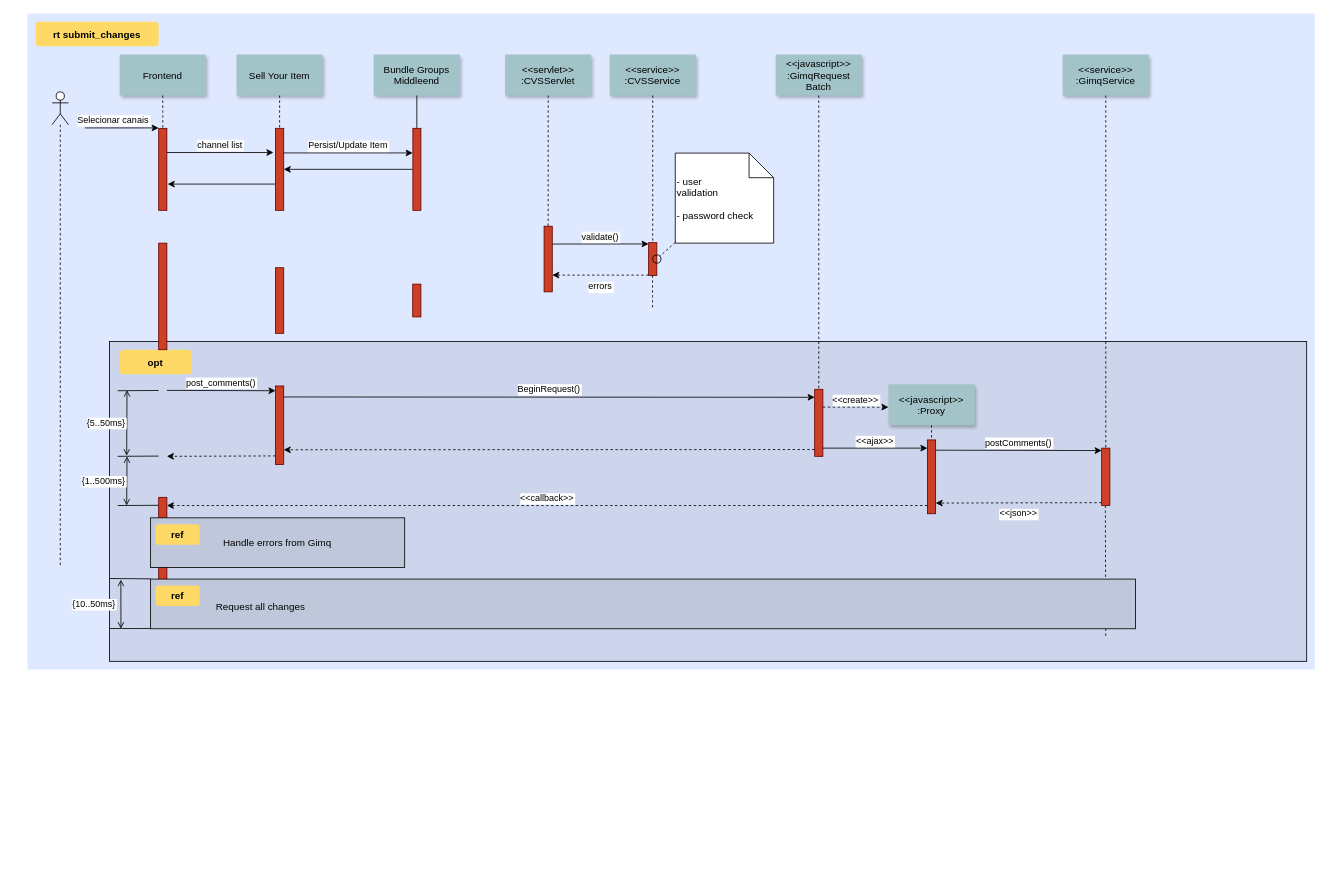
duducordeiro/draw keeps this draw.io diagram as pasta/Diagrama sem nome.drawio. Above is the earlier version. Source tidied: cells renumbered, new cells numbered last; positions are measured from the earlier drawing's top-left corner, leaving out a move shared by most shapes. Both pictures are drawn from the tidied source at 82%, with x=0, y=0 at pixel (27, 13).
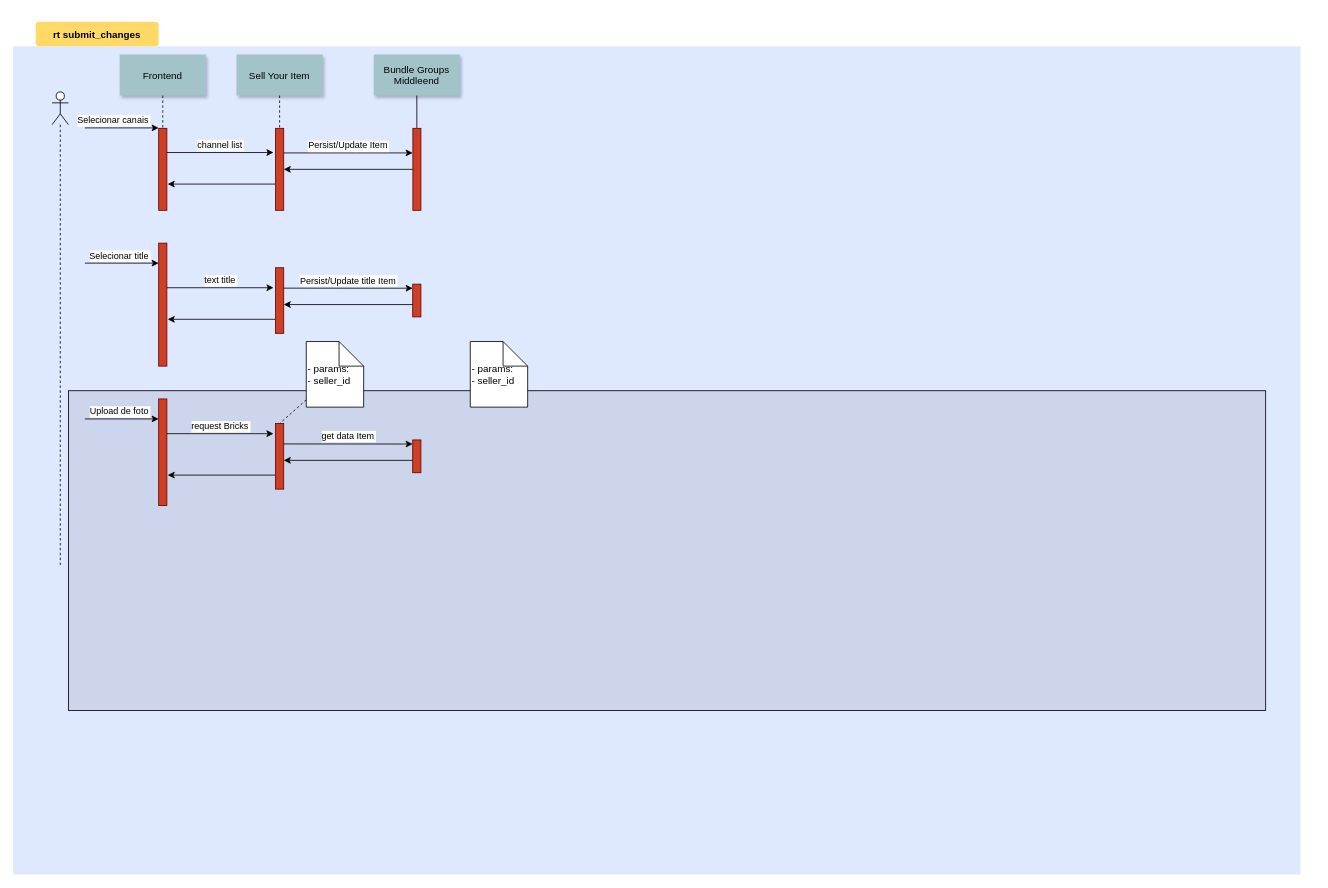
The same diagram, later.

The edit, as a diff of the source:
```diff
@@
     <mxCell id="2" style="fillColor=#DEE8FF;strokeColor=none;" parent="1" vertex="1">
-      <mxGeometry width="1570" height="800" as="geometry" />
+      <mxGeometry x="-17.5" y="40" width="1570" height="1010" as="geometry" />
     </mxCell>
     <mxCell id="3" style="fillColor=#CCD5EB;" parent="1" vertex="1">
-      <mxGeometry x="100" y="400" width="1460" height="390" as="geometry" />
+      <mxGeometry x="50" y="460" width="1460" height="390" as="geometry" />
     </mxCell>
-    <mxCell id="4" style="edgeStyle=elbowEdgeStyle;elbow=horizontal;endArrow=none;dashed=1;" parent="1" edge="1">
-      <mxGeometry x="1460" y="437.9" as="geometry">
-        <mxPoint x="1314.5" y="600" as="sourcePoint" />
-        <mxPoint x="1314.5" y="760" as="targetPoint" />
-      </mxGeometry>
-    </mxCell>
@@
-    <mxCell id="18" style="fillColor=#CC4125;strokeColor=#660000;" parent="1" vertex="1">
-      <mxGeometry x="630" y="259.4" width="10" height="80" as="geometry" />
-    </mxCell>
-    <mxCell id="19" value="&lt;&lt;servlet&gt;&gt;&#10;:CVSServlet" style="shadow=1;fillColor=#A2C4C9;strokeColor=none;" parent="1" vertex="1">
-      <mxGeometry x="582.5" y="50" width="105" height="50" as="geometry" />
-    </mxCell>
-    <mxCell id="20" style="edgeStyle=none;endArrow=none;dashed=1;" parent="1" edge="1" source="19" target="18">
-      <mxGeometry x="614.5" y="175" as="geometry" />
-    </mxCell>
-    <mxCell id="21" value="&lt;&lt;service&gt;&gt;&#10;:CVSService" style="shadow=1;fillColor=#A2C4C9;strokeColor=none;" parent="1" vertex="1">
-      <mxGeometry x="710" y="50" width="105" height="50" as="geometry" />
-    </mxCell>
-    <mxCell id="22" style="edgeStyle=none;endArrow=none;dashed=1;" parent="1" edge="1" source="21" target="23">
-      <mxGeometry x="727.3" y="165" as="geometry" />
-    </mxCell>
-    <mxCell id="23" style="fillColor=#CC4125;strokeColor=#660000;" parent="1" vertex="1">
-      <mxGeometry x="757.5" y="279.4" width="10" height="40" as="geometry" />
-    </mxCell>
-    <mxCell id="24" value="&lt;&lt;javascript&gt;&gt;&#10;:GimqRequest&#10;Batch" style="shadow=1;fillColor=#A2C4C9;strokeColor=none;" parent="1" vertex="1">
-      <mxGeometry x="912.5" y="50" width="105" height="50" as="geometry" />
-    </mxCell>
@@
-    <mxCell id="26" value="validate()" style="edgeStyle=elbowEdgeStyle;elbow=vertical;verticalLabelPosition=top;verticalAlign=bottom;" parent="1" edge="1">
-      <mxGeometry x="550" y="261.7" as="geometry">
-        <mxPoint x="640" y="281.1" as="sourcePoint" />
-        <mxPoint x="757.5" y="281.1" as="targetPoint" />
-      </mxGeometry>
-    </mxCell>
-    <mxCell id="27" value="errors" style="edgeStyle=elbowEdgeStyle;elbow=vertical;dashed=1;verticalLabelPosition=bottom;verticalAlign=top;" parent="1" edge="1">
-      <mxGeometry x="560" y="309.7" as="geometry">
-        <mxPoint x="757.5" y="319" as="sourcePoint" />
-        <mxPoint x="640" y="319" as="targetPoint" />
-      </mxGeometry>
-    </mxCell>
-    <mxCell id="28" style="edgeStyle=elbowEdgeStyle;elbow=horizontal;endArrow=none;dashed=1;" parent="1" edge="1">
-      <mxGeometry x="932.3" y="240" as="geometry">
-        <mxPoint x="762.3" y="319.4" as="sourcePoint" />
-        <mxPoint x="762.3" y="360" as="targetPoint" />
-        <Array as="points">
-          <mxPoint x="762.3" y="340" />
-        </Array>
-      </mxGeometry>
-    </mxCell>
-    <mxCell id="29" style="ellipse;fillColor=none;" parent="1" vertex="1">
-      <mxGeometry x="762.5" y="294.4" width="10" height="10" as="geometry" />
-    </mxCell>
-    <mxCell id="30" value=" - user&#10; validation&#10;&#10; - password check" style="shape=note;align=left;" parent="1" vertex="1">
-      <mxGeometry x="790" y="170.2" width="120" height="109.8" as="geometry" />
+    <mxCell id="30" value="- params:&#10;- seller_id" style="shape=note;align=left;" parent="1" vertex="1">
+      <mxGeometry x="340" y="400" width="70" height="80" as="geometry" />
     </mxCell>
-    <mxCell id="31" style="edgeStyle=none;endArrow=none;dashed=1;" parent="1" edge="1" source="30" target="29">
+    <mxCell id="31" style="edgeStyle=none;endArrow=none;dashed=1;entryX=0.5;entryY=0;entryDx=0;entryDy=0;" parent="1" edge="1" source="30" target="76">
       <mxGeometry x="1030" y="180" as="geometry" />
     </mxCell>
-    <mxCell id="32" style="fillColor=#CC4125;strokeColor=#660000;" parent="1" vertex="1">
-      <mxGeometry x="302.5" y="454.2" width="10" height="95.8" as="geometry" />
-    </mxCell>
-    <mxCell id="33" style="fillColor=#CC4125;strokeColor=#660000;" parent="1" vertex="1">
-      <mxGeometry x="960" y="458.3" width="10" height="81.7" as="geometry" />
-    </mxCell>
-    <mxCell id="34" style="edgeStyle=none;endArrow=none;dashed=1;" parent="1" edge="1" source="24" target="33">
-      <mxGeometry x="956.6" y="205" as="geometry" />
-    </mxCell>
-    <mxCell id="35" value="post_comments()" style="edgeStyle=elbowEdgeStyle;elbow=vertical;verticalLabelPosition=top;verticalAlign=bottom;" parent="1" edge="1">
-      <mxGeometry x="212.5" y="469.6" as="geometry">
-        <mxPoint x="170" y="459.6" as="sourcePoint" />
-        <mxPoint x="302.5" y="459.6" as="targetPoint" />
-      </mxGeometry>
-    </mxCell>
-    <mxCell id="36" value="BeginRequest()" style="edgeStyle=elbowEdgeStyle;elbow=vertical;verticalLabelPosition=top;verticalAlign=bottom;" parent="1" edge="1">
-      <mxGeometry x="530" y="436.8" as="geometry">
-        <mxPoint x="312.5" y="467.6" as="sourcePoint" />
-        <mxPoint x="960" y="467.6" as="targetPoint" />
-      </mxGeometry>
-    </mxCell>
-    <mxCell id="37" style="edgeStyle=elbowEdgeStyle;elbow=vertical;dashed=1;verticalLabelPosition=bottom;verticalAlign=top;" parent="1" edge="1">
-      <mxGeometry x="530" y="549.1" as="geometry">
-        <mxPoint x="960" y="531.7" as="sourcePoint" />
-        <mxPoint x="312.5" y="531.7" as="targetPoint" />
-      </mxGeometry>
-    </mxCell>
-    <mxCell id="38" value="&lt;&lt;javascript&gt;&gt;&#10;:Proxy" style="shadow=1;fillColor=#A2C4C9;strokeColor=none;" parent="1" vertex="1">
-      <mxGeometry x="1050" y="452.1" width="105" height="50" as="geometry" />
-    </mxCell>
-    <mxCell id="39" style="edgeStyle=none;endArrow=none;dashed=1;" parent="1" edge="1" source="38" target="40">
-      <mxGeometry x="1204.1" y="380.1" as="geometry" />
-    </mxCell>
-    <mxCell id="40" style="fillColor=#CC4125;strokeColor=#660000;" parent="1" vertex="1">
-      <mxGeometry x="1097.5" y="520" width="10" height="90" as="geometry" />
-    </mxCell>
-    <mxCell id="41" style="fillColor=#CC4125;strokeColor=#660000;" parent="1" vertex="1">
-      <mxGeometry x="1310" y="530" width="10" height="70" as="geometry" />
-    </mxCell>
-    <mxCell id="42" value="&lt;&lt;create&gt;&gt;" style="edgeStyle=elbowEdgeStyle;elbow=vertical;verticalLabelPosition=top;verticalAlign=bottom;dashed=1;" parent="1" edge="1" source="33" target="38">
-      <mxGeometry x="901.2" y="322.5" as="geometry" />
-    </mxCell>
-    <mxCell id="43" value="&lt;&lt;ajax&gt;&gt;" style="edgeStyle=elbowEdgeStyle;elbow=vertical;verticalLabelPosition=top;verticalAlign=bottom;" parent="1" edge="1" source="33" target="40">
-      <mxGeometry x="1065" y="359.5" as="geometry" />
-    </mxCell>
-    <mxCell id="44" value="postComments()" style="edgeStyle=elbowEdgeStyle;elbow=vertical;verticalLabelPosition=top;verticalAlign=bottom;" parent="1" edge="1">
-      <mxGeometry x="1225" y="309.5" as="geometry">
-        <mxPoint x="1107.5" y="532.5" as="sourcePoint" />
-        <mxPoint x="1310" y="532.5" as="targetPoint" />
-      </mxGeometry>
-    </mxCell>
-    <mxCell id="45" value="&lt;&lt;json&gt;&gt;" style="edgeStyle=elbowEdgeStyle;elbow=vertical;dashed=1;verticalLabelPosition=bottom;verticalAlign=top;" parent="1" edge="1">
-      <mxGeometry x="1075" y="396" as="geometry">
-        <mxPoint x="1310" y="596.5" as="sourcePoint" />
-        <mxPoint x="1107.5" y="596.5" as="targetPoint" />
-      </mxGeometry>
-    </mxCell>
-    <mxCell id="46" value="&lt;&lt;service&gt;&gt;&#10;:GimqService" style="shadow=1;fillColor=#A2C4C9;strokeColor=none;" parent="1" vertex="1">
-      <mxGeometry x="1262.5" y="50" width="105" height="50" as="geometry" />
-    </mxCell>
-    <mxCell id="47" style="edgeStyle=none;endArrow=none;dashed=1;" parent="1" edge="1" source="46" target="41">
-      <mxGeometry x="1174.1" y="210" as="geometry" />
-    </mxCell>
-    <mxCell id="48" style="fillColor=#CC4125;strokeColor=#660000;" parent="1" vertex="1">
-      <mxGeometry x="160" y="590" width="10" height="130" as="geometry" />
-    </mxCell>
-    <mxCell id="49" style="edgeStyle=elbowEdgeStyle;elbow=vertical;dashed=1;verticalLabelPosition=bottom;verticalAlign=top;" parent="1" edge="1">
-      <mxGeometry x="507.5" y="664.3" as="geometry">
-        <mxPoint x="302.5" y="539.5" as="sourcePoint" />
-        <mxPoint x="170" y="539.5" as="targetPoint" />
-      </mxGeometry>
-    </mxCell>
-    <mxCell id="50" value="&lt;&lt;callback&gt;&gt;" style="edgeStyle=elbowEdgeStyle;elbow=vertical;dashed=1;verticalLabelPosition=bottom;verticalAlign=bottom;" parent="1" edge="1" source="40" target="48">
-      <mxGeometry x="540" y="559.1" as="geometry" />
-    </mxCell>
@@
-    <mxCell id="52" value="opt" style="rounded=1;fontStyle=1;fillColor=#FFD966;strokeColor=none;" parent="1" vertex="1">
-      <mxGeometry x="112.5" y="410" width="87.5" height="30" as="geometry" />
-    </mxCell>
-    <mxCell id="53" value="Handle errors from Gimq" style="fillColor=#BFC8DB;" parent="1" vertex="1">
-      <mxGeometry x="150" y="615" width="310" height="60.6" as="geometry" />
-    </mxCell>
-    <mxCell id="54" value="ref" style="rounded=1;fontStyle=1;fillColor=#FFD966;strokeColor=none;" parent="1" vertex="1">
-      <mxGeometry x="156.2" y="622.9" width="53.8" height="25" as="geometry" />
-    </mxCell>
-    <mxCell id="55" style="align=left;fillColor=#BFC8DB;" parent="1" vertex="1">
-      <mxGeometry x="150" y="689.7" width="1201.2" height="60.6" as="geometry" />
-    </mxCell>
-    <mxCell id="56" value="ref" style="rounded=1;fontStyle=1;fillColor=#FFD966;strokeColor=none;" parent="1" vertex="1">
-      <mxGeometry x="156.2" y="697.6" width="53.8" height="25" as="geometry" />
-    </mxCell>
-    <mxCell id="57" value="Request all changes" style="text;align=left;" parent="1" vertex="1">
-      <mxGeometry x="228.1" y="710.1" width="351.8" height="26" as="geometry" />
-    </mxCell>
-    <mxCell id="58" style="edgeStyle=elbowEdgeStyle;elbow=vertical;endArrow=none;" parent="1" edge="1">
-      <mxGeometry x="60" y="419.7" as="geometry">
-        <mxPoint x="160" y="459.7" as="sourcePoint" />
-        <mxPoint x="110" y="459.7" as="targetPoint" />
-      </mxGeometry>
-    </mxCell>
-    <mxCell id="59" style="edgeStyle=elbowEdgeStyle;elbow=vertical;endArrow=none;" parent="1" edge="1">
-      <mxGeometry x="60" y="499.7" as="geometry">
-        <mxPoint x="160" y="539.7" as="sourcePoint" />
-        <mxPoint x="110" y="539.7" as="targetPoint" />
-      </mxGeometry>
-    </mxCell>
-    <mxCell id="60" style="edgeStyle=elbowEdgeStyle;elbow=vertical;endArrow=none;" parent="1" edge="1">
-      <mxGeometry x="60" y="559.7" as="geometry">
-        <mxPoint x="160" y="599.7" as="sourcePoint" />
-        <mxPoint x="110" y="599.7" as="targetPoint" />
-      </mxGeometry>
-    </mxCell>
-    <mxCell id="61" style="edgeStyle=elbowEdgeStyle;elbow=vertical;endArrow=none;" parent="1" edge="1">
-      <mxGeometry x="50" y="649.4" as="geometry">
-        <mxPoint x="150" y="689.4" as="sourcePoint" />
-        <mxPoint x="100" y="689.4" as="targetPoint" />
-      </mxGeometry>
-    </mxCell>
-    <mxCell id="62" style="edgeStyle=elbowEdgeStyle;elbow=vertical;endArrow=none;" parent="1" edge="1">
-      <mxGeometry x="50" y="710" as="geometry">
-        <mxPoint x="150" y="750" as="sourcePoint" />
-        <mxPoint x="100" y="750" as="targetPoint" />
-      </mxGeometry>
-    </mxCell>
-    <mxCell id="63" value="{5..50ms}" style="edgeStyle=elbowEdgeStyle;elbow=horizontal;startArrow=open;endArrow=open;labelPosition=left;align=right;" parent="1" edge="1">
-      <mxGeometry x="41.4" y="479.2" as="geometry">
-        <mxPoint x="121.4" y="459.2" as="sourcePoint" />
-        <mxPoint x="121.4" y="539.2" as="targetPoint" />
-      </mxGeometry>
-    </mxCell>
-    <mxCell id="64" value="{1..500ms}" style="edgeStyle=elbowEdgeStyle;elbow=horizontal;startArrow=open;endArrow=open;labelPosition=left;align=right;" parent="1" edge="1">
-      <mxGeometry x="42.9" y="560" as="geometry">
-        <mxPoint x="121.4" y="540" as="sourcePoint" />
-        <mxPoint x="121.4" y="600" as="targetPoint" />
-      </mxGeometry>
-    </mxCell>
-    <mxCell id="65" value="{10..50ms}" style="edgeStyle=elbowEdgeStyle;elbow=horizontal;startArrow=open;endArrow=open;labelPosition=left;align=right;" parent="1" edge="1">
-      <mxGeometry as="geometry">
-        <mxPoint x="113.9" y="690.3" as="sourcePoint" />
-        <mxPoint x="113.9" y="750.3" as="targetPoint" />
-        <mxPoint x="-4.2" y="-0.3" as="offset" />
-      </mxGeometry>
-    </mxCell>
@@
     <mxCell id="67" style="fillColor=#CC4125;strokeColor=#660000;" parent="1" vertex="1">
-      <mxGeometry x="160" y="280" width="10" height="130" as="geometry" />
+      <mxGeometry x="160" y="280" width="10" height="150" as="geometry" />
     </mxCell>
@@
+    <mxCell id="70" value="Selecionar title" style="edgeStyle=none;verticalLabelPosition=top;verticalAlign=bottom;labelPosition=left;align=right;" parent="1" edge="1">
+      <mxGeometry y="164.9" as="geometry">
+        <mxPoint x="70" y="304.4" as="sourcePoint" />
+        <mxPoint x="160" y="304.4" as="targetPoint" />
+        <mxPoint x="35" as="offset" />
+      </mxGeometry>
+    </mxCell>
+    <mxCell id="71" style="edgeStyle=orthogonalEdgeStyle;rounded=0;orthogonalLoop=1;jettySize=auto;html=1;entryX=1.1;entryY=0.68;entryDx=0;entryDy=0;exitX=-0.05;exitY=0.68;exitDx=0;exitDy=0;exitPerimeter=0;entryPerimeter=0;" parent="1" edge="1">
+      <mxGeometry relative="1" as="geometry">
+        <mxPoint x="302" y="372.9" as="sourcePoint" />
+        <mxPoint x="171" y="372.9" as="targetPoint" />
+      </mxGeometry>
+    </mxCell>
+    <mxCell id="72" value="text title" style="edgeStyle=none;verticalLabelPosition=top;verticalAlign=bottom;" parent="1" edge="1">
+      <mxGeometry x="220" y="256.9" as="geometry">
+        <mxPoint x="170" y="334.4" as="sourcePoint" />
+        <mxPoint x="300" y="334.4" as="targetPoint" />
+      </mxGeometry>
+    </mxCell>
+    <mxCell id="73" style="edgeStyle=orthogonalEdgeStyle;rounded=0;orthogonalLoop=1;jettySize=auto;html=1;entryX=1;entryY=0.5;entryDx=0;entryDy=0;" parent="1" edge="1">
+      <mxGeometry relative="1" as="geometry">
+        <mxPoint x="470" y="354.9" as="sourcePoint" />
+        <mxPoint x="312.5" y="354.9" as="targetPoint" />
+      </mxGeometry>
+    </mxCell>
+    <mxCell id="74" value="Persist/Update title Item" style="edgeStyle=elbowEdgeStyle;elbow=vertical;verticalLabelPosition=top;verticalAlign=bottom;" parent="1" edge="1">
+      <mxGeometry x="350" y="382.9" as="geometry">
+        <mxPoint x="312.5" y="334.9" as="sourcePoint" />
+        <mxPoint x="469.8" y="334.9" as="targetPoint" />
+      </mxGeometry>
+    </mxCell>
+    <mxCell id="75" style="fillColor=#CC4125;strokeColor=#660000;" parent="1" vertex="1">
+      <mxGeometry x="160" y="470" width="10" height="130" as="geometry" />
+    </mxCell>
+    <mxCell id="76" style="fillColor=#CC4125;strokeColor=#660000;" parent="1" vertex="1">
+      <mxGeometry x="302.5" y="500" width="10" height="80" as="geometry" />
+    </mxCell>
+    <mxCell id="77" style="fillColor=#CC4125;strokeColor=#660000;" parent="1" vertex="1">
+      <mxGeometry x="469.8" y="520" width="10" height="40" as="geometry" />
+    </mxCell>
+    <mxCell id="78" value="Upload de foto" style="edgeStyle=none;verticalLabelPosition=top;verticalAlign=bottom;labelPosition=left;align=right;" parent="1" edge="1">
+      <mxGeometry y="354.9" as="geometry">
+        <mxPoint x="70" y="494.4" as="sourcePoint" />
+        <mxPoint x="160" y="494.4" as="targetPoint" />
+        <mxPoint x="35" as="offset" />
+      </mxGeometry>
+    </mxCell>
+    <mxCell id="79" style="edgeStyle=orthogonalEdgeStyle;rounded=0;orthogonalLoop=1;jettySize=auto;html=1;entryX=1.1;entryY=0.68;entryDx=0;entryDy=0;exitX=-0.05;exitY=0.68;exitDx=0;exitDy=0;exitPerimeter=0;entryPerimeter=0;" parent="1" edge="1">
+      <mxGeometry relative="1" as="geometry">
+        <mxPoint x="302" y="562.9" as="sourcePoint" />
+        <mxPoint x="171" y="562.9" as="targetPoint" />
+      </mxGeometry>
+    </mxCell>
+    <mxCell id="80" value="request Bricks" style="edgeStyle=none;verticalLabelPosition=top;verticalAlign=bottom;" parent="1" edge="1">
+      <mxGeometry x="220" y="434.9" as="geometry">
+        <mxPoint x="170" y="512.4" as="sourcePoint" />
+        <mxPoint x="300" y="512.4" as="targetPoint" />
+      </mxGeometry>
+    </mxCell>
+    <mxCell id="81" style="edgeStyle=orthogonalEdgeStyle;rounded=0;orthogonalLoop=1;jettySize=auto;html=1;entryX=1;entryY=0.5;entryDx=0;entryDy=0;" parent="1" edge="1">
+      <mxGeometry relative="1" as="geometry">
+        <mxPoint x="470" y="544.9" as="sourcePoint" />
+        <mxPoint x="312.5" y="544.9" as="targetPoint" />
+      </mxGeometry>
+    </mxCell>
+    <mxCell id="82" value="get data Item" style="edgeStyle=elbowEdgeStyle;elbow=vertical;verticalLabelPosition=top;verticalAlign=bottom;" parent="1" edge="1">
+      <mxGeometry x="350" y="572.9" as="geometry">
+        <mxPoint x="312.5" y="524.9" as="sourcePoint" />
+        <mxPoint x="469.8" y="524.9" as="targetPoint" />
+      </mxGeometry>
+    </mxCell>
+    <mxCell id="83" value="- params:&#10;- seller_id" style="shape=note;align=left;" parent="1" vertex="1">
+      <mxGeometry x="540" y="400" width="70" height="80" as="geometry" />
+    </mxCell>
```
